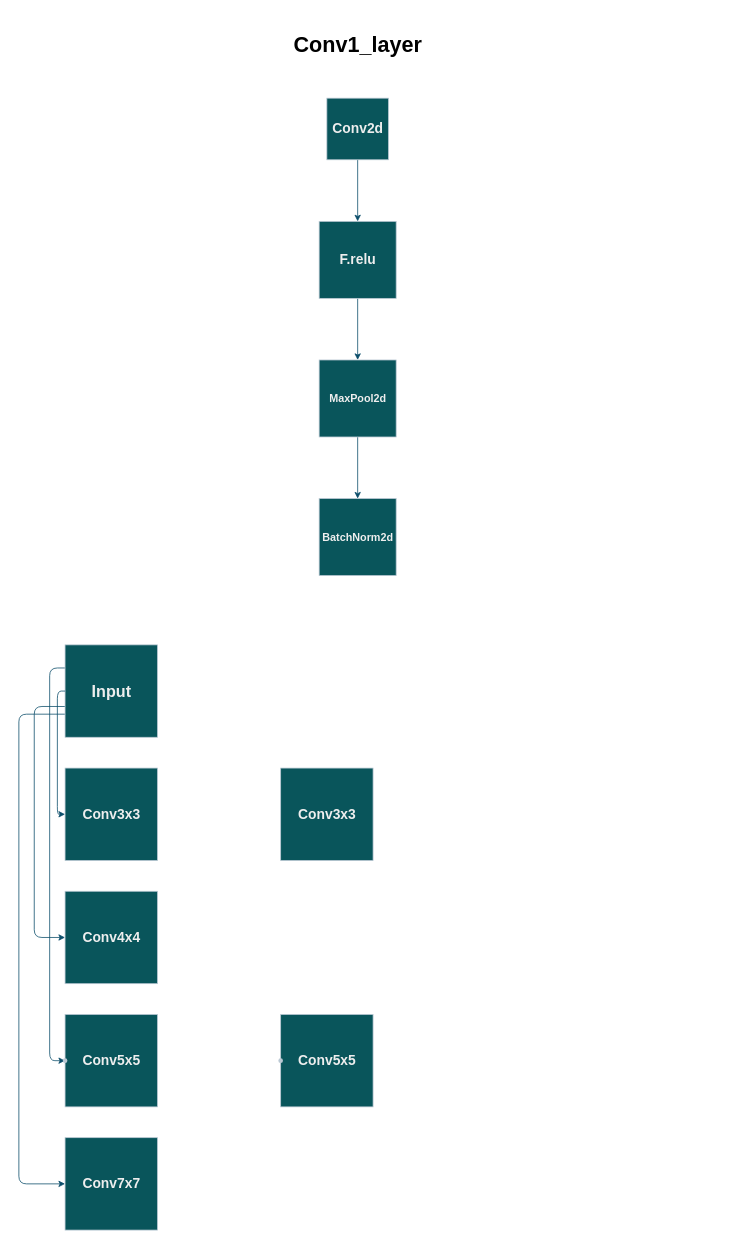
Far-From-Perfect/NET keeps this draw.io diagram as Untitled Diagram.drawio. Above is the earlier version. Source tidied: cells renumbered, new cells numbered last; positions are measured from the earlier drawing's top-left corner, leaving out a move shared by most shapes. Both pictures are drawn from the tidied source at 77%, with x=0, y=0 at pixel (18, 13).
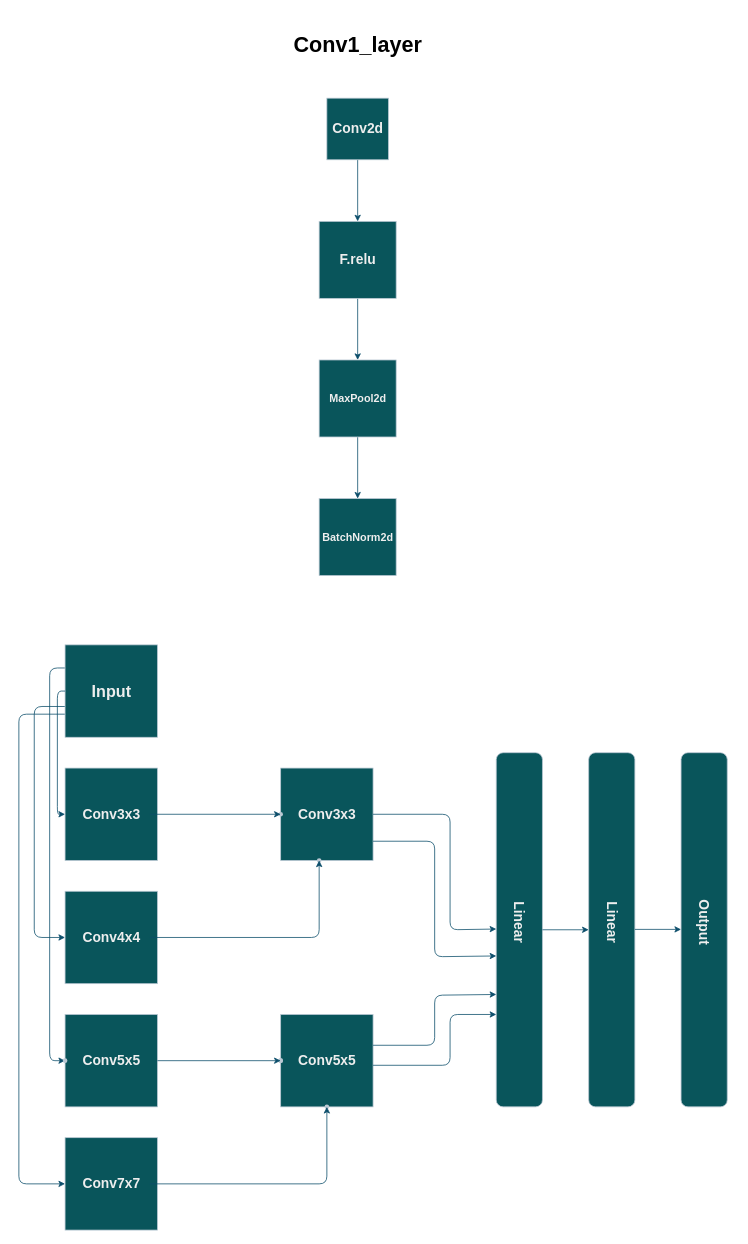
The same page after the edit.

Unchanged cells that the change refers to:
```xml
<mxCell id="19" value="&lt;h2&gt;Conv3x3&lt;/h2&gt;" style="text;html=1;align=center;verticalAlign=middle;points=[];fillColor=none;strokeColor=none;rounded=0;sketch=0;fontColor=#EEEEEE;" parent="17" vertex="1">
  <mxGeometry x="10" y="30" width="100" height="60" as="geometry" />
</mxCell>
<mxCell id="22" value="&lt;h2&gt;Conv4x4&lt;/h2&gt;" style="text;html=1;align=center;verticalAlign=middle;points=[];fillColor=none;strokeColor=none;rounded=0;sketch=0;fontColor=#EEEEEE;" parent="20" vertex="1">
  <mxGeometry x="10" y="30" width="100" height="60" as="geometry" />
</mxCell>
<mxCell id="24" style="whiteSpace=wrap;html=1;rounded=0;sketch=0;fontColor=#EEEEEE;strokeColor=#BAC8D3;fillColor=#09555B;" parent="23" vertex="1">
  <mxGeometry x="20" width="120" height="120" as="geometry" />
</mxCell>
<mxCell id="29" value="&lt;h2&gt;Conv7x7&lt;/h2&gt;" style="text;html=1;align=center;verticalAlign=middle;points=[];fillColor=none;strokeColor=none;rounded=0;sketch=0;fontColor=#EEEEEE;" parent="27" vertex="1">
  <mxGeometry x="10" y="30" width="100" height="60" as="geometry" />
</mxCell>
<mxCell id="34" style="group;" parent="1" vertex="1">
  <mxGeometry x="340" y="980" width="120" height="120" as="geometry" />
</mxCell>
<mxCell id="35" style="whiteSpace=wrap;html=1;rounded=0;sketch=0;fontColor=#EEEEEE;strokeColor=#BAC8D3;fillColor=#09555B;" parent="34" vertex="1">
  <mxGeometry width="120" height="120" as="geometry" />
</mxCell>
<mxCell id="37" style="group;" parent="1" vertex="1">
  <mxGeometry x="320" y="1300" width="140" height="120" as="geometry" />
</mxCell>
```

What changed in the source:
```diff
@@
+    <mxCell id="41" style="shape=waypoint;sketch=0;size=6;points=[];fillColor=none;perimeter=centerPerimeter;snapToPoint=1;rounded=0;fontColor=#EEEEEE;strokeColor=#BAC8D3;" parent="34" vertex="1">
+      <mxGeometry x="-20" y="40" width="40" height="40" as="geometry" />
+    </mxCell>
+    <mxCell id="42" style="shape=waypoint;sketch=0;size=6;points=[];fillColor=none;perimeter=centerPerimeter;snapToPoint=1;rounded=0;fontColor=#EEEEEE;strokeColor=#BAC8D3;" parent="34" vertex="1">
+      <mxGeometry x="30" y="100" width="40" height="40" as="geometry" />
+    </mxCell>
@@
+    <mxCell id="43" style="shape=waypoint;sketch=0;size=6;points=[];fillColor=#09555B;perimeter=centerPerimeter;snapToPoint=1;strokeColor=#BAC8D3;fontColor=#EEEEEE;rounded=0;" parent="37" vertex="1">
+      <mxGeometry y="40" width="40" height="40" as="geometry" />
+    </mxCell>
+    <mxCell id="44" style="edgeStyle=orthogonalEdgeStyle;rounded=1;sketch=0;jettySize=auto;html=1;strokeColor=#0B4D6A;" parent="1" edge="1" source="19" target="41">
+      <mxGeometry relative="1" as="geometry" />
+    </mxCell>
+    <mxCell id="45" style="edgeStyle=orthogonalEdgeStyle;rounded=1;sketch=0;jettySize=auto;html=1;strokeColor=#0B4D6A;" parent="1" edge="1" source="22" target="42">
+      <mxGeometry relative="1" as="geometry" />
+    </mxCell>
+    <mxCell id="46" style="edgeStyle=orthogonalEdgeStyle;rounded=1;sketch=0;jettySize=auto;html=1;strokeColor=#0B4D6A;" parent="1" edge="1" source="24" target="43">
+      <mxGeometry relative="1" as="geometry" />
+    </mxCell>
+    <mxCell id="47" style="shape=waypoint;sketch=0;size=6;points=[];fillColor=none;perimeter=centerPerimeter;snapToPoint=1;rounded=0;fontColor=#EEEEEE;strokeColor=#BAC8D3;" parent="1" vertex="1">
+      <mxGeometry x="380" y="1400" width="40" height="40" as="geometry" />
+    </mxCell>
+    <mxCell id="48" style="edgeStyle=orthogonalEdgeStyle;rounded=1;sketch=0;jettySize=auto;html=1;strokeColor=#0B4D6A;" parent="1" edge="1" source="29" target="47">
+      <mxGeometry relative="1" as="geometry" />
+    </mxCell>
+    <mxCell id="49" style="group;" parent="1" vertex="1">
+      <mxGeometry x="620" y="960" width="60" height="460" as="geometry" />
+    </mxCell>
+    <mxCell id="50" style="rounded=1;whiteSpace=wrap;html=1;sketch=0;fontColor=#EEEEEE;strokeColor=#BAC8D3;fillColor=#09555B;direction=south;" parent="49" vertex="1">
+      <mxGeometry width="60" height="460" as="geometry" />
+    </mxCell>
+    <mxCell id="51" value="&lt;h2&gt;Linear&lt;/h2&gt;" style="text;html=1;align=center;verticalAlign=middle;points=[];fillColor=none;strokeColor=none;rounded=0;sketch=0;fontColor=#EEEEEE;rotation=90;" parent="49" vertex="1">
+      <mxGeometry x="-10" y="190" width="80" height="60" as="geometry" />
+    </mxCell>
+    <mxCell id="52" style="group;" parent="1" vertex="1">
+      <mxGeometry x="740" y="960" width="60" height="460" as="geometry" />
+    </mxCell>
+    <mxCell id="53" style="rounded=1;whiteSpace=wrap;html=1;sketch=0;fontColor=#EEEEEE;strokeColor=#BAC8D3;fillColor=#09555B;direction=south;" parent="52" vertex="1">
+      <mxGeometry width="60" height="460" as="geometry" />
+    </mxCell>
+    <mxCell id="54" value="&lt;h2&gt;Linear&lt;/h2&gt;" style="text;html=1;align=center;verticalAlign=middle;fillColor=none;strokeColor=none;rounded=0;sketch=0;fontColor=#EEEEEE;rotation=90;" parent="52" vertex="1">
+      <mxGeometry x="-10" y="190" width="80" height="60" as="geometry" />
+    </mxCell>
+    <mxCell id="55" style="group;" parent="1" vertex="1">
+      <mxGeometry x="860" y="960" width="70" height="460" as="geometry" />
+    </mxCell>
+    <mxCell id="56" style="rounded=1;whiteSpace=wrap;html=1;sketch=0;fontColor=#EEEEEE;strokeColor=#BAC8D3;fillColor=#09555B;direction=south;" parent="55" vertex="1">
+      <mxGeometry width="60" height="460" as="geometry" />
+    </mxCell>
+    <mxCell id="57" value="&lt;h2&gt;Output&lt;/h2&gt;" style="text;html=1;align=center;verticalAlign=middle;fillColor=none;strokeColor=none;rounded=0;sketch=0;fontColor=#EEEEEE;rotation=90;" parent="55" vertex="1">
+      <mxGeometry x="-10" y="190" width="80" height="60" as="geometry" />
+    </mxCell>
+    <mxCell id="58" style="edgeStyle=orthogonalEdgeStyle;rounded=1;sketch=0;jettySize=auto;html=1;strokeColor=#0B4D6A;exitX=1;exitY=0.5;exitDx=0;exitDy=0;entryX=0.613;entryY=1;entryDx=0;entryDy=0;entryPerimeter=0;" parent="1" edge="1" source="35" target="51">
+      <mxGeometry relative="1" as="geometry">
+        <Array as="points">
+          <mxPoint x="560" y="1040" />
+          <mxPoint x="560" y="1190" />
+        </Array>
+      </mxGeometry>
+    </mxCell>
+    <mxCell id="59" style="edgeStyle=orthogonalEdgeStyle;rounded=1;sketch=0;orthogonalLoop=1;jettySize=auto;html=1;strokeColor=#0B4D6A;exitX=1;exitY=0.5;exitDx=0;exitDy=0;entryX=0.613;entryY=1;entryDx=0;entryDy=0;entryPerimeter=0;" parent="1" edge="1">
+      <mxGeometry relative="1" as="geometry">
+        <mxPoint x="460" y="1075" as="sourcePoint" />
+        <mxPoint x="620" y="1224" as="targetPoint" />
+        <Array as="points">
+          <mxPoint x="540" y="1075" />
+          <mxPoint x="540" y="1225" />
+        </Array>
+      </mxGeometry>
+    </mxCell>
+    <mxCell id="60" style="edgeStyle=orthogonalEdgeStyle;rounded=1;sketch=0;orthogonalLoop=1;jettySize=auto;html=1;strokeColor=#0B4D6A;entryX=0.613;entryY=1;entryDx=0;entryDy=0;entryPerimeter=0;" parent="1" edge="1">
+      <mxGeometry relative="1" as="geometry">
+        <mxPoint x="460" y="1340" as="sourcePoint" />
+        <mxPoint x="620" y="1274" as="targetPoint" />
+        <Array as="points">
+          <mxPoint x="460" y="1340" />
+          <mxPoint x="540" y="1340" />
+          <mxPoint x="540" y="1275" />
+        </Array>
+      </mxGeometry>
+    </mxCell>
+    <mxCell id="61" style="edgeStyle=orthogonalEdgeStyle;rounded=1;sketch=0;orthogonalLoop=1;jettySize=auto;html=1;strokeColor=#0B4D6A;entryX=0.613;entryY=1;entryDx=0;entryDy=0;entryPerimeter=0;" parent="1" edge="1">
+      <mxGeometry relative="1" as="geometry">
+        <mxPoint x="460" y="1366" as="sourcePoint" />
+        <mxPoint x="620" y="1300" as="targetPoint" />
+        <Array as="points">
+          <mxPoint x="560" y="1366" />
+          <mxPoint x="560" y="1300" />
+        </Array>
+      </mxGeometry>
+    </mxCell>
+    <mxCell id="62" style="rounded=1;sketch=0;jettySize=auto;html=1;strokeColor=#0B4D6A;" parent="1" edge="1" source="50">
+      <mxGeometry relative="1" as="geometry">
+        <mxPoint x="740" y="1190" as="targetPoint" />
+      </mxGeometry>
+    </mxCell>
+    <mxCell id="63" style="rounded=1;sketch=0;orthogonalLoop=1;jettySize=auto;html=1;strokeColor=#0B4D6A;" parent="1" edge="1">
+      <mxGeometry relative="1" as="geometry">
+        <mxPoint x="800" y="1189.5" as="sourcePoint" />
+        <mxPoint x="860" y="1189.5" as="targetPoint" />
+      </mxGeometry>
+    </mxCell>
```
